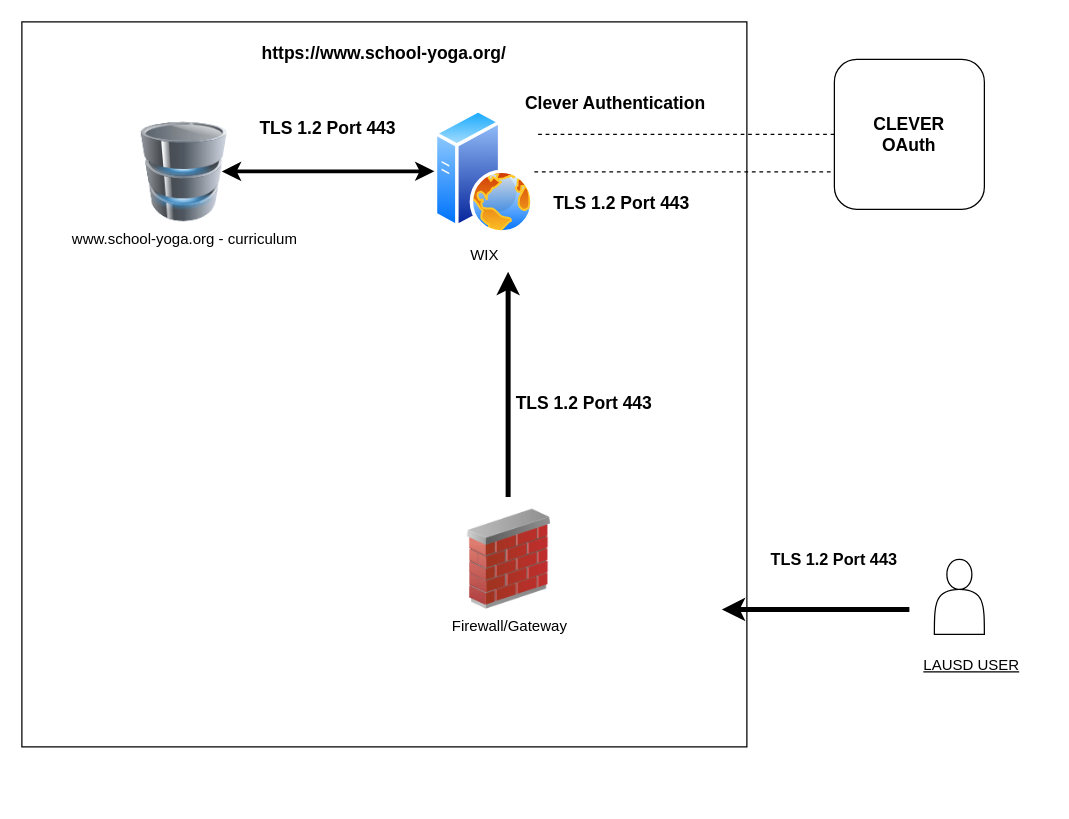
The draw.io diagram lausd-diagram.drawio in chadelofson/diagrams, before the edit. Source tidied: cells renumbered, new cells numbered last; positions are measured from the earlier drawing's top-left corner, leaving out a move shared by most shapes. Both pictures are drawn from the tidied source at 125%, with x=0, y=0 at pixel (21, 21).
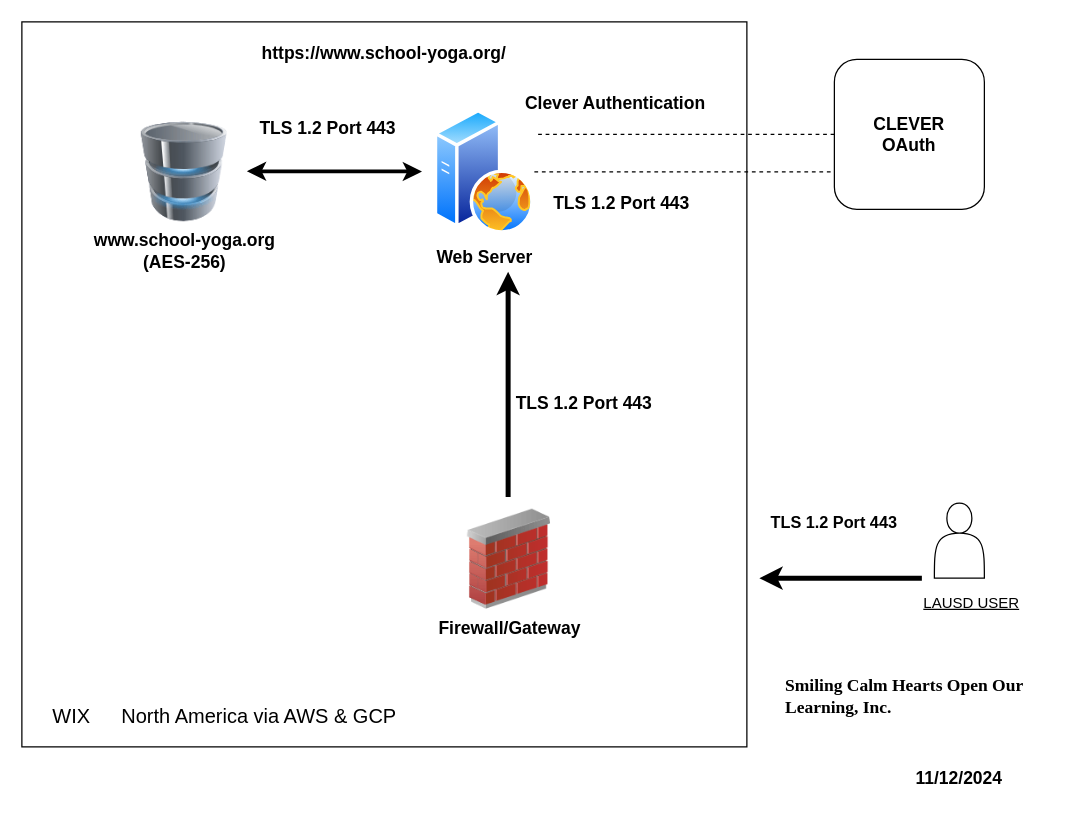
The same page after the edit.

Commit message:
add additional details required

Change to the diagram source:
```diff
@@
     <mxCell id="3" style="shape=actor;whiteSpace=wrap;html=1;" parent="1" vertex="1">
-      <mxGeometry x="730" y="430" width="40" height="60" as="geometry" />
+      <mxGeometry x="730" y="385" width="40" height="60" as="geometry" />
     </mxCell>
-    <mxCell id="4" value="Firewall/Gateway" style="image;html=1;image=img/lib/clip_art/networking/Firewall_02_128x128.png;" parent="1" vertex="1">
+    <mxCell id="4" value="&lt;font style=&quot;font-size: 14px;&quot;&gt;&lt;b&gt;Firewall/Gateway&lt;/b&gt;&lt;/font&gt;" style="image;html=1;image=img/lib/clip_art/networking/Firewall_02_128x128.png;" parent="1" vertex="1">
       <mxGeometry x="350" y="390" width="80" height="80" as="geometry" />
     </mxCell>
-    <mxCell id="5" value="WIX" style="image;perimeter=ellipsePerimeter;html=1;align=center;shadow=0;dashed=0;spacingTop=3;image=img/lib/active_directory/web_server.svg;" parent="1" vertex="1">
+    <mxCell id="5" value="&lt;font style=&quot;font-size: 14px;&quot;&gt;&lt;b&gt;Web Server&lt;/b&gt;&lt;/font&gt;" style="image;perimeter=ellipsePerimeter;html=1;align=center;shadow=0;dashed=0;spacingTop=3;image=img/lib/active_directory/web_server.svg;" parent="1" vertex="1">
       <mxGeometry x="330" y="70" width="80" height="100" as="geometry" />
     </mxCell>
@@
     <mxCell id="11" value="&lt;u&gt;LAUSD USER&lt;/u&gt;" style="text;html=1;align=center;verticalAlign=middle;whiteSpace=wrap;rounded=0;" parent="1" vertex="1">
-      <mxGeometry x="700" y="500" width="120" height="30" as="geometry" />
+      <mxGeometry x="700" y="450" width="120" height="30" as="geometry" />
     </mxCell>
     <mxCell id="12" style="endArrow=classic;html=1;rounded=0;strokeWidth=4;" parent="1" edge="1">
       <mxGeometry relative="1" as="geometry">
-        <mxPoint x="710" y="470" as="sourcePoint" />
-        <mxPoint x="560" y="470" as="targetPoint" />
+        <mxPoint x="720" y="445" as="sourcePoint" />
+        <mxPoint x="590" y="445" as="targetPoint" />
       </mxGeometry>
     </mxCell>
     <mxCell id="13" value="&lt;b&gt;&lt;font style=&quot;font-size: 13px;&quot;&gt;TLS 1.2 Port 443&lt;/font&gt;&lt;/b&gt;" style="text;html=1;align=center;verticalAlign=middle;whiteSpace=wrap;rounded=0;" parent="1" vertex="1">
-      <mxGeometry x="590" y="415" width="120" height="30" as="geometry" />
+      <mxGeometry x="590" y="385" width="120" height="30" as="geometry" />
     </mxCell>
@@
-    <mxCell id="17" value="www.school-yoga.org - curriculum" style="image;html=1;image=img/lib/clip_art/computers/Database_128x128.png;" parent="1" vertex="1">
+    <mxCell id="17" value="&lt;b style=&quot;font-size: 14px;&quot;&gt;&lt;font style=&quot;font-size: 14px;&quot;&gt;www.school-yoga.org&lt;/font&gt;&lt;/b&gt;&lt;div style=&quot;font-size: 14px;&quot;&gt;&lt;b style=&quot;&quot;&gt;&lt;font style=&quot;font-size: 14px;&quot;&gt;(AES-256)&lt;/font&gt;&lt;/b&gt;&lt;/div&gt;" style="image;html=1;image=img/lib/clip_art/computers/Database_128x128.png;" parent="1" vertex="1">
       <mxGeometry x="90" y="80" width="80" height="80" as="geometry" />
     </mxCell>
@@
-    <mxCell id="19" style="endArrow=classic;startArrow=classic;html=1;rounded=0;entryX=0.362;entryY=0.655;entryDx=0;entryDy=0;entryPerimeter=0;strokeWidth=3;" parent="1" edge="1">
+    <mxCell id="19" style="endArrow=classic;startArrow=classic;html=1;rounded=0;strokeWidth=3;exitX=0.345;exitY=0.552;exitDx=0;exitDy=0;exitPerimeter=0;" parent="1" edge="1">
       <mxGeometry relative="1" as="geometry">
-        <mxPoint x="160" y="119.6" as="sourcePoint" />
-        <mxPoint x="330" y="119.5" as="targetPoint" />
+        <mxPoint x="320.1" y="119.7" as="sourcePoint" />
+        <mxPoint x="180" y="119.5" as="targetPoint" />
       </mxGeometry>
     </mxCell>
+    <mxCell id="20" value="&lt;div style=&quot;caret-color: rgb(0, 0, 0); text-align: start; font-family: &amp;quot;Times New Roman&amp;quot;, Times, serif; line-height: 1.2; font-size: 14px;&quot;&gt;&lt;b&gt;&lt;font style=&quot;font-size: 14px;&quot;&gt;Smiling Calm Hearts Open Our Learning, Inc.&lt;/font&gt;&lt;span style=&quot;background-color: initial;&quot;&gt;&amp;nbsp;&lt;/span&gt;&lt;/b&gt;&lt;/div&gt;" style="text;html=1;align=center;verticalAlign=middle;whiteSpace=wrap;rounded=0;" parent="1" vertex="1">
+      <mxGeometry x="610" y="510" width="200" height="60" as="geometry" />
+    </mxCell>
+    <mxCell id="21" value="&lt;font style=&quot;font-size: 14px;&quot;&gt;&lt;b&gt;11/12/2024&lt;/b&gt;&lt;/font&gt;" style="text;html=1;align=center;verticalAlign=middle;whiteSpace=wrap;rounded=0;" parent="1" vertex="1">
+      <mxGeometry x="720" y="590" width="60" height="30" as="geometry" />
+    </mxCell>
+    <mxCell id="22" value="&lt;font style=&quot;font-size: 16px;&quot;&gt;WIX&lt;/font&gt;" style="text;html=1;align=center;verticalAlign=middle;whiteSpace=wrap;rounded=0;" parent="1" vertex="1">
+      <mxGeometry x="10" y="540" width="60" height="30" as="geometry" />
+    </mxCell>
+    <mxCell id="23" value="&lt;font style=&quot;font-size: 16px;&quot;&gt;North America via AWS &amp;amp; GCP&lt;/font&gt;" style="text;html=1;align=center;verticalAlign=middle;whiteSpace=wrap;rounded=0;" parent="1" vertex="1">
+      <mxGeometry x="70" y="540" width="240" height="30" as="geometry" />
+    </mxCell>
```
